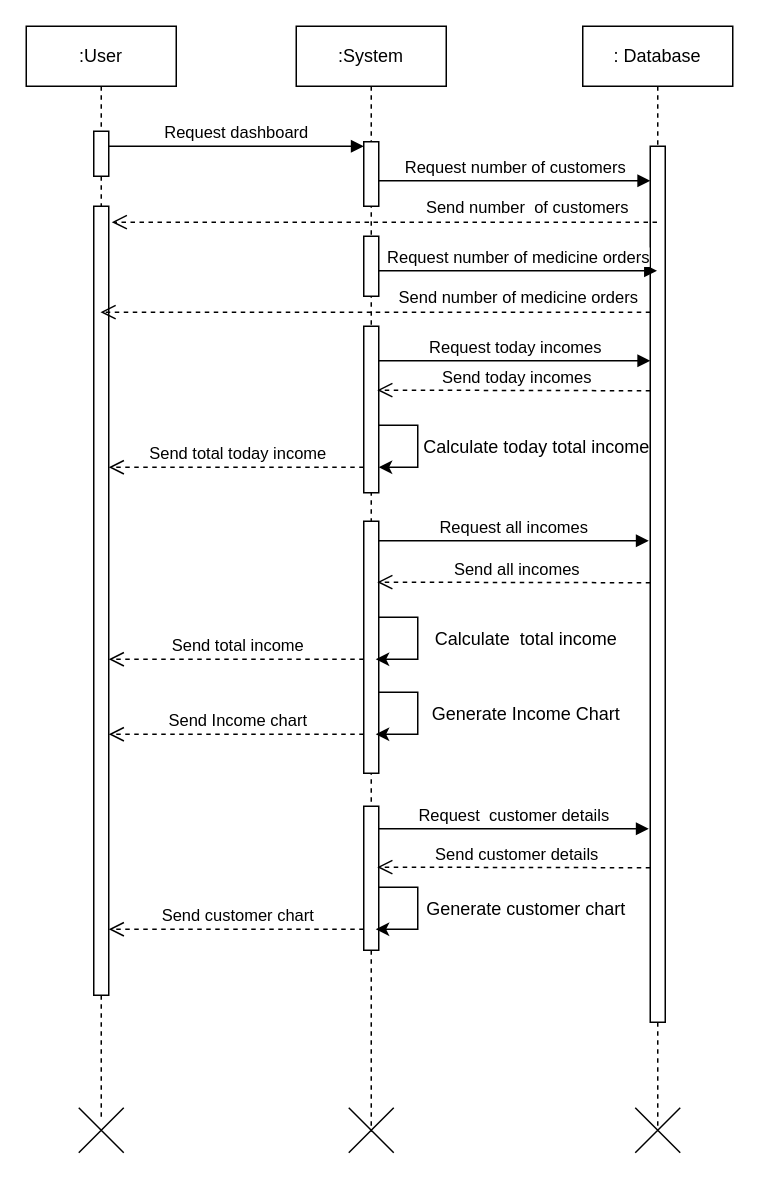
Before: Doc/Sequence Diagram/Drawio Files/Dashboard.drawio in ChandimalPriyamantha/Pharmacy_Shop_Management_System, a draw.io diagram. Source tidied: cells renumbered, new cells numbered last; positions are measured from the earlier drawing's top-left corner, leaving out a move shared by most shapes. Both pictures are drawn from the tidied source at 150%, with x=0, y=0 at pixel (26, 26).
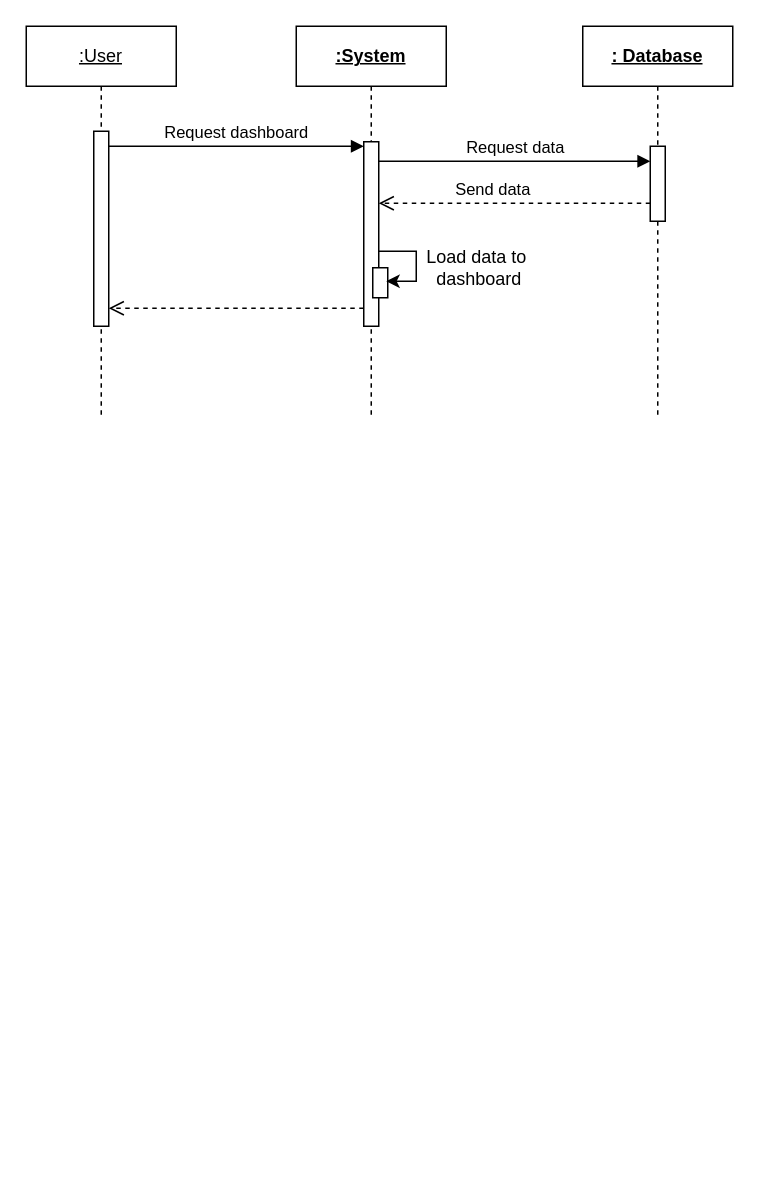
After the change.

Commit message (it also covers changes not shown here):
Update Dashboard sequence diagram

Diff of the diagram source:
```diff
@@
-    <mxCell id="2" value=":User" style="shape=umlLifeline;perimeter=lifelinePerimeter;whiteSpace=wrap;html=1;outlineConnect=0;portConstraint=eastwest;newEdgeStyle={&quot;edgeStyle&quot;:&quot;elbowEdgeStyle&quot;,&quot;elbow&quot;:&quot;vertical&quot;,&quot;curved&quot;:0,&quot;rounded&quot;:0};" parent="1" vertex="1">
-      <mxGeometry width="100" height="728" as="geometry" />
+    <mxCell id="2" value="&lt;u&gt;:User&lt;/u&gt;" style="shape=umlLifeline;perimeter=lifelinePerimeter;whiteSpace=wrap;html=1;outlineConnect=0;portConstraint=eastwest;newEdgeStyle={&quot;edgeStyle&quot;:&quot;elbowEdgeStyle&quot;,&quot;elbow&quot;:&quot;vertical&quot;,&quot;curved&quot;:0,&quot;rounded&quot;:0};" parent="1" vertex="1">
+      <mxGeometry width="100" height="260" as="geometry" />
     </mxCell>
     <mxCell id="3" style="html=1;points=[];perimeter=orthogonalPerimeter;outlineConnect=0;targetShapes=umlLifeline;portConstraint=eastwest;newEdgeStyle={&quot;edgeStyle&quot;:&quot;elbowEdgeStyle&quot;,&quot;elbow&quot;:&quot;vertical&quot;,&quot;curved&quot;:0,&quot;rounded&quot;:0};" parent="2" vertex="1">
-      <mxGeometry x="45" y="70" width="10" height="30" as="geometry" />
+      <mxGeometry x="45" y="70" width="10" height="130" as="geometry" />
     </mxCell>
-    <mxCell id="4" style="html=1;points=[];perimeter=orthogonalPerimeter;outlineConnect=0;targetShapes=umlLifeline;portConstraint=eastwest;newEdgeStyle={&quot;edgeStyle&quot;:&quot;elbowEdgeStyle&quot;,&quot;elbow&quot;:&quot;vertical&quot;,&quot;curved&quot;:0,&quot;rounded&quot;:0};" parent="2" vertex="1">
-      <mxGeometry x="45" y="120" width="10" height="526" as="geometry" />
-    </mxCell>
-    <mxCell id="5" value=":System" style="shape=umlLifeline;perimeter=lifelinePerimeter;whiteSpace=wrap;html=1;newEdgeStyle={&quot;edgeStyle&quot;:&quot;elbowEdgeStyle&quot;,&quot;elbow&quot;:&quot;vertical&quot;,&quot;curved&quot;:0,&quot;rounded&quot;:0};" parent="1" vertex="1">
-      <mxGeometry x="180" width="100" height="737" as="geometry" />
+    <mxCell id="5" value="&lt;u style=&quot;&quot;&gt;&lt;b&gt;:System&lt;/b&gt;&lt;/u&gt;" style="shape=umlLifeline;perimeter=lifelinePerimeter;whiteSpace=wrap;html=1;newEdgeStyle={&quot;edgeStyle&quot;:&quot;elbowEdgeStyle&quot;,&quot;elbow&quot;:&quot;vertical&quot;,&quot;curved&quot;:0,&quot;rounded&quot;:0};" parent="1" vertex="1">
+      <mxGeometry x="180" width="100" height="260" as="geometry" />
     </mxCell>
     <mxCell id="6" style="html=1;points=[];perimeter=orthogonalPerimeter;outlineConnect=0;targetShapes=umlLifeline;portConstraint=eastwest;newEdgeStyle={&quot;edgeStyle&quot;:&quot;elbowEdgeStyle&quot;,&quot;elbow&quot;:&quot;vertical&quot;,&quot;curved&quot;:0,&quot;rounded&quot;:0};" parent="5" vertex="1">
-      <mxGeometry x="45" y="77" width="10" height="43" as="geometry" />
+      <mxGeometry x="45" y="77" width="10" height="123" as="geometry" />
     </mxCell>
+    <mxCell id="39" style="html=1;perimeter=orthogonalPerimeter;targetShapes=umlLifeline;newEdgeStyle={&quot;edgeStyle&quot;:&quot;elbowEdgeStyle&quot;,&quot;elbow&quot;:&quot;vertical&quot;,&quot;curved&quot;:0,&quot;rounded&quot;:0};" parent="5" vertex="1">
+      <mxGeometry x="51" y="161" width="10" height="20" as="geometry" />
+    </mxCell>
@@
-    <mxCell id="8" value=": Database" style="shape=umlLifeline;perimeter=lifelinePerimeter;whiteSpace=wrap;html=1;outlineConnect=0;portConstraint=eastwest;newEdgeStyle={&quot;edgeStyle&quot;:&quot;elbowEdgeStyle&quot;,&quot;elbow&quot;:&quot;vertical&quot;,&quot;curved&quot;:0,&quot;rounded&quot;:0};" parent="1" vertex="1">
-      <mxGeometry x="371" width="100" height="736" as="geometry" />
+    <mxCell id="8" value="&lt;b&gt;&lt;u&gt;: Database&lt;/u&gt;&lt;/b&gt;" style="shape=umlLifeline;perimeter=lifelinePerimeter;whiteSpace=wrap;html=1;outlineConnect=0;portConstraint=eastwest;newEdgeStyle={&quot;edgeStyle&quot;:&quot;elbowEdgeStyle&quot;,&quot;elbow&quot;:&quot;vertical&quot;,&quot;curved&quot;:0,&quot;rounded&quot;:0};" parent="1" vertex="1">
+      <mxGeometry x="371" width="100" height="260" as="geometry" />
     </mxCell>
     <mxCell id="9" style="html=1;points=[];perimeter=orthogonalPerimeter;outlineConnect=0;targetShapes=umlLifeline;portConstraint=eastwest;newEdgeStyle={&quot;edgeStyle&quot;:&quot;elbowEdgeStyle&quot;,&quot;elbow&quot;:&quot;vertical&quot;,&quot;curved&quot;:0,&quot;rounded&quot;:0};" parent="8" vertex="1">
-      <mxGeometry x="45" y="80" width="10" height="584" as="geometry" />
+      <mxGeometry x="45" y="80" width="10" height="50" as="geometry" />
     </mxCell>
-    <mxCell id="10" value="Request number of customers" style="html=1;verticalAlign=bottom;endArrow=block;edgeStyle=elbowEdgeStyle;elbow=vertical;curved=0;rounded=0;" parent="1" edge="1" target="9">
+    <mxCell id="10" value="Request data" style="html=1;verticalAlign=bottom;endArrow=block;edgeStyle=elbowEdgeStyle;elbow=vertical;curved=0;rounded=0;" parent="1" edge="1" target="9">
       <mxGeometry relative="1" as="geometry">
-        <mxPoint x="235" y="103" as="sourcePoint" />
+        <mxPoint x="235" y="90" as="sourcePoint" />
         <Array as="points">
+          <mxPoint x="280" y="90" />
           <mxPoint x="325" y="103" />
         </Array>
       </mxGeometry>
     </mxCell>
-    <mxCell id="11" value="Send number&amp;nbsp; of customers" style="html=1;verticalAlign=bottom;endArrow=open;dashed=1;endSize=8;edgeStyle=elbowEdgeStyle;elbow=vertical;curved=0;rounded=0;" parent="1" edge="1" source="8">
-      <mxGeometry x="-0.52" y="-1" relative="1" as="geometry">
-        <mxPoint x="57" y="130" as="targetPoint" />
+    <mxCell id="11" value="Send data" style="html=1;verticalAlign=bottom;endArrow=open;dashed=1;endSize=8;edgeStyle=elbowEdgeStyle;elbow=vertical;curved=0;rounded=0;" parent="1" edge="1">
+      <mxGeometry x="0.16" relative="1" as="geometry">
+        <mxPoint x="416" y="118" as="sourcePoint" />
+        <mxPoint x="235" y="118" as="targetPoint" />
         <Array as="points">
-          <mxPoint x="313" y="130.6" />
+          <mxPoint x="313" y="118" />
         </Array>
       </mxGeometry>
     </mxCell>
-    <mxCell id="12" value="Request number of medicine orders" style="html=1;verticalAlign=bottom;endArrow=block;edgeStyle=elbowEdgeStyle;elbow=vertical;curved=0;rounded=0;" parent="1" edge="1" target="8">
-      <mxGeometry relative="1" as="geometry">
-        <mxPoint x="235" y="163" as="sourcePoint" />
-        <Array as="points">
-          <mxPoint x="325" y="163" />
-        </Array>
-      </mxGeometry>
-    </mxCell>
-    <mxCell id="13" value="Send number of medicine orders" style="html=1;verticalAlign=bottom;endArrow=open;dashed=1;endSize=8;edgeStyle=elbowEdgeStyle;elbow=vertical;curved=0;rounded=0;" parent="1" edge="1" target="2">
-      <mxGeometry x="-0.52" y="-1" relative="1" as="geometry">
-        <mxPoint x="416" y="190.6" as="sourcePoint" />
-        <Array as="points">
-          <mxPoint x="326" y="190.6" />
-        </Array>
-      </mxGeometry>
-    </mxCell>
-    <mxCell id="14" style="html=1;perimeter=orthogonalPerimeter;targetShapes=umlLifeline;newEdgeStyle={&quot;edgeStyle&quot;:&quot;elbowEdgeStyle&quot;,&quot;elbow&quot;:&quot;vertical&quot;,&quot;curved&quot;:0,&quot;rounded&quot;:0};" parent="1" vertex="1">
-      <mxGeometry x="225" y="140" width="10" height="40" as="geometry" />
-    </mxCell>
-    <mxCell id="15" style="html=1;points=[];perimeter=orthogonalPerimeter;outlineConnect=0;targetShapes=umlLifeline;portConstraint=eastwest;newEdgeStyle={&quot;edgeStyle&quot;:&quot;elbowEdgeStyle&quot;,&quot;elbow&quot;:&quot;vertical&quot;,&quot;curved&quot;:0,&quot;rounded&quot;:0};" parent="1" vertex="1">
-      <mxGeometry x="225" y="200" width="10" height="111" as="geometry" />
-    </mxCell>
-    <mxCell id="16" value="Request today incomes" style="html=1;verticalAlign=bottom;endArrow=block;edgeStyle=elbowEdgeStyle;elbow=vertical;curved=0;rounded=0;" parent="1" edge="1">
-      <mxGeometry relative="1" as="geometry">
-        <mxPoint x="235" y="223" as="sourcePoint" />
-        <mxPoint x="416" y="223" as="targetPoint" />
-        <Array as="points">
-          <mxPoint x="325" y="223" />
-        </Array>
-      </mxGeometry>
-    </mxCell>
-    <mxCell id="17" value="Send today incomes" style="html=1;verticalAlign=bottom;endArrow=open;dashed=1;endSize=8;edgeStyle=elbowEdgeStyle;elbow=vertical;curved=0;rounded=0;" parent="1" edge="1">
-      <mxGeometry x="-0.03" relative="1" as="geometry">
-        <mxPoint x="416" y="243" as="sourcePoint" />
-        <mxPoint x="234" y="243" as="targetPoint" />
-        <Array as="points">
-          <mxPoint x="308" y="242.6" />
-        </Array>
-      </mxGeometry>
-    </mxCell>
-    <mxCell id="18" style="endArrow=classic;html=1;rounded=0;" parent="1" edge="1" target="15">
-      <mxGeometry relative="1" as="geometry">
-        <mxPoint x="235" y="266" as="sourcePoint" />
-        <Array as="points">
-          <mxPoint x="261" y="266" />
-          <mxPoint x="261" y="294" />
-        </Array>
-      </mxGeometry>
-    </mxCell>
-    <mxCell id="19" value="Calculate today total income" style="text;html=1;align=center;verticalAlign=middle;strokeColor=none;fillColor=none;" parent="1" vertex="1">
-      <mxGeometry x="255" y="268" width="169" height="26" as="geometry" />
-    </mxCell>
-    <mxCell id="20" value="Send total today income" style="html=1;verticalAlign=bottom;endArrow=open;dashed=1;endSize=8;edgeStyle=elbowEdgeStyle;elbow=vertical;curved=0;rounded=0;" parent="1" edge="1" source="15" target="4">
-      <mxGeometry x="-0.01" relative="1" as="geometry">
-        <Array as="points">
-          <mxPoint x="221" y="294" />
-        </Array>
-      </mxGeometry>
-    </mxCell>
-    <mxCell id="21" style="html=1;perimeter=orthogonalPerimeter;targetShapes=umlLifeline;newEdgeStyle={&quot;edgeStyle&quot;:&quot;elbowEdgeStyle&quot;,&quot;elbow&quot;:&quot;vertical&quot;,&quot;curved&quot;:0,&quot;rounded&quot;:0};" parent="1" vertex="1">
-      <mxGeometry x="225" y="330" width="10" height="168" as="geometry" />
-    </mxCell>
-    <mxCell id="22" value="Request all incomes" style="html=1;verticalAlign=bottom;endArrow=block;edgeStyle=elbowEdgeStyle;elbow=vertical;curved=0;rounded=0;" parent="1" edge="1">
-      <mxGeometry relative="1" as="geometry">
-        <mxPoint x="235" y="343" as="sourcePoint" />
-        <mxPoint x="415" y="343" as="targetPoint" />
-        <Array as="points">
-          <mxPoint x="325" y="343" />
-        </Array>
-      </mxGeometry>
-    </mxCell>
-    <mxCell id="23" value="Send all incomes" style="html=1;verticalAlign=bottom;endArrow=open;dashed=1;endSize=8;edgeStyle=elbowEdgeStyle;elbow=vertical;curved=0;rounded=0;" parent="1" edge="1">
-      <mxGeometry x="-0.03" relative="1" as="geometry">
-        <mxPoint x="416" y="371" as="sourcePoint" />
-        <mxPoint x="234" y="371" as="targetPoint" />
-        <Array as="points">
-          <mxPoint x="308" y="370.6" />
-        </Array>
-      </mxGeometry>
-    </mxCell>
-    <mxCell id="24" style="endArrow=classic;html=1;rounded=0;entryX=0.526;entryY=0.794;entryDx=0;entryDy=0;entryPerimeter=0;" parent="1" edge="1">
-      <mxGeometry relative="1" as="geometry">
-        <mxPoint x="235" y="394" as="sourcePoint" />
-        <mxPoint x="233" y="422" as="targetPoint" />
-        <Array as="points">
-          <mxPoint x="261" y="394" />
-          <mxPoint x="261" y="422" />
-        </Array>
-      </mxGeometry>
-    </mxCell>
-    <mxCell id="25" value="Calculate&amp;nbsp; total income" style="text;html=1;align=center;verticalAlign=middle;strokeColor=none;fillColor=none;" parent="1" vertex="1">
-      <mxGeometry x="263" y="396" width="139" height="26" as="geometry" />
-    </mxCell>
-    <mxCell id="26" value="Send total income" style="html=1;verticalAlign=bottom;endArrow=open;dashed=1;endSize=8;edgeStyle=elbowEdgeStyle;elbow=vertical;curved=0;rounded=0;" parent="1" edge="1">
-      <mxGeometry x="-0.01" relative="1" as="geometry">
-        <mxPoint x="225" y="422" as="sourcePoint" />
-        <mxPoint x="55" y="422" as="targetPoint" />
-        <Array as="points">
-          <mxPoint x="221" y="422" />
-        </Array>
-      </mxGeometry>
-    </mxCell>
-    <mxCell id="27" style="endArrow=classic;html=1;rounded=0;entryX=0.526;entryY=0.794;entryDx=0;entryDy=0;entryPerimeter=0;" parent="1" edge="1">
-      <mxGeometry relative="1" as="geometry">
-        <mxPoint x="235" y="444" as="sourcePoint" />
-        <mxPoint x="233" y="472" as="targetPoint" />
-        <Array as="points">
-          <mxPoint x="261" y="444" />
-          <mxPoint x="261" y="472" />
-        </Array>
-      </mxGeometry>
-    </mxCell>
-    <mxCell id="28" value="Generate Income Chart" style="text;html=1;align=center;verticalAlign=middle;strokeColor=none;fillColor=none;" parent="1" vertex="1">
-      <mxGeometry x="261" y="446" width="143" height="26" as="geometry" />
-    </mxCell>
-    <mxCell id="29" value="Send Income chart" style="html=1;verticalAlign=bottom;endArrow=open;dashed=1;endSize=8;edgeStyle=elbowEdgeStyle;elbow=vertical;curved=0;rounded=0;" parent="1" edge="1">
-      <mxGeometry x="-0.01" relative="1" as="geometry">
-        <mxPoint x="225" y="472" as="sourcePoint" />
-        <mxPoint x="55" y="472" as="targetPoint" />
-        <Array as="points">
-          <mxPoint x="221" y="472" />
-        </Array>
-      </mxGeometry>
-    </mxCell>
-    <mxCell id="30" style="html=1;perimeter=orthogonalPerimeter;targetShapes=umlLifeline;newEdgeStyle={&quot;edgeStyle&quot;:&quot;elbowEdgeStyle&quot;,&quot;elbow&quot;:&quot;vertical&quot;,&quot;curved&quot;:0,&quot;rounded&quot;:0};" parent="1" vertex="1">
-      <mxGeometry x="225" y="520" width="10" height="96" as="geometry" />
-    </mxCell>
-    <mxCell id="31" value="Request&amp;nbsp; customer details" style="html=1;verticalAlign=bottom;endArrow=block;edgeStyle=elbowEdgeStyle;elbow=vertical;curved=0;rounded=0;" parent="1" edge="1">
-      <mxGeometry relative="1" as="geometry">
-        <mxPoint x="235" y="535" as="sourcePoint" />
-        <mxPoint x="415" y="535" as="targetPoint" />
-        <Array as="points">
-          <mxPoint x="325" y="535" />
-        </Array>
-      </mxGeometry>
-    </mxCell>
-    <mxCell id="32" value="Send customer details" style="html=1;verticalAlign=bottom;endArrow=open;dashed=1;endSize=8;edgeStyle=elbowEdgeStyle;elbow=vertical;curved=0;rounded=0;" parent="1" edge="1">
-      <mxGeometry x="-0.03" relative="1" as="geometry">
-        <mxPoint x="416" y="561" as="sourcePoint" />
-        <mxPoint x="234" y="561" as="targetPoint" />
-        <Array as="points">
-          <mxPoint x="308" y="560.6" />
-        </Array>
-      </mxGeometry>
-    </mxCell>
-    <mxCell id="33" style="endArrow=classic;html=1;rounded=0;entryX=0.526;entryY=0.794;entryDx=0;entryDy=0;entryPerimeter=0;" parent="1" edge="1">
-      <mxGeometry relative="1" as="geometry">
-        <mxPoint x="235" y="574" as="sourcePoint" />
-        <mxPoint x="233" y="602" as="targetPoint" />
-        <Array as="points">
-          <mxPoint x="261" y="574" />
-          <mxPoint x="261" y="602" />
-        </Array>
-      </mxGeometry>
-    </mxCell>
-    <mxCell id="34" value="Generate customer chart" style="text;html=1;align=center;verticalAlign=middle;strokeColor=none;fillColor=none;" parent="1" vertex="1">
-      <mxGeometry x="257" y="576" width="151" height="26" as="geometry" />
-    </mxCell>
-    <mxCell id="35" value="Send customer chart" style="html=1;verticalAlign=bottom;endArrow=open;dashed=1;endSize=8;edgeStyle=elbowEdgeStyle;elbow=vertical;curved=0;rounded=0;" parent="1" edge="1">
-      <mxGeometry x="-0.01" relative="1" as="geometry">
-        <mxPoint x="225" y="602" as="sourcePoint" />
-        <mxPoint x="55" y="602" as="targetPoint" />
-        <Array as="points">
-          <mxPoint x="221" y="602" />
-        </Array>
-      </mxGeometry>
-    </mxCell>
-    <mxCell id="36" style="shape=umlDestroy;whiteSpace=wrap;html=1;strokeWidth=1;targetShapes=umlLifeline;" parent="1" vertex="1">
-      <mxGeometry x="35" y="721" width="30" height="30" as="geometry" />
-    </mxCell>
-    <mxCell id="37" style="shape=umlDestroy;whiteSpace=wrap;html=1;strokeWidth=1;targetShapes=umlLifeline;" parent="1" vertex="1">
-      <mxGeometry x="215" y="721" width="30" height="30" as="geometry" />
-    </mxCell>
-    <mxCell id="38" style="shape=umlDestroy;whiteSpace=wrap;html=1;strokeWidth=1;targetShapes=umlLifeline;" parent="1" vertex="1">
-      <mxGeometry x="406" y="721" width="30" height="30" as="geometry" />
-    </mxCell>
+    <mxCell id="40" style="endArrow=classic;html=1;rounded=0;" parent="1" edge="1">
+      <mxGeometry relative="1" as="geometry">
+        <mxPoint x="235" y="150" as="sourcePoint" />
+        <mxPoint x="240" y="170" as="targetPoint" />
+        <Array as="points">
+          <mxPoint x="260" y="150" />
+          <mxPoint x="260" y="170" />
+        </Array>
+      </mxGeometry>
+    </mxCell>
+    <mxCell id="41" value="Load data to&lt;br&gt;&amp;nbsp;dashboard" style="text;html=1;align=center;verticalAlign=middle;strokeColor=none;fillColor=none;" parent="1" vertex="1">
+      <mxGeometry x="255" y="141" width="90" height="40" as="geometry" />
+    </mxCell>
+    <mxCell id="42" style="html=1;verticalAlign=bottom;endArrow=open;dashed=1;endSize=8;edgeStyle=elbowEdgeStyle;elbow=vertical;curved=0;rounded=0;" parent="1" edge="1" source="6" target="3">
+      <mxGeometry x="0.16" relative="1" as="geometry">
+        <Array as="points">
+          <mxPoint x="128" y="188" />
+        </Array>
+      </mxGeometry>
+    </mxCell>
```
